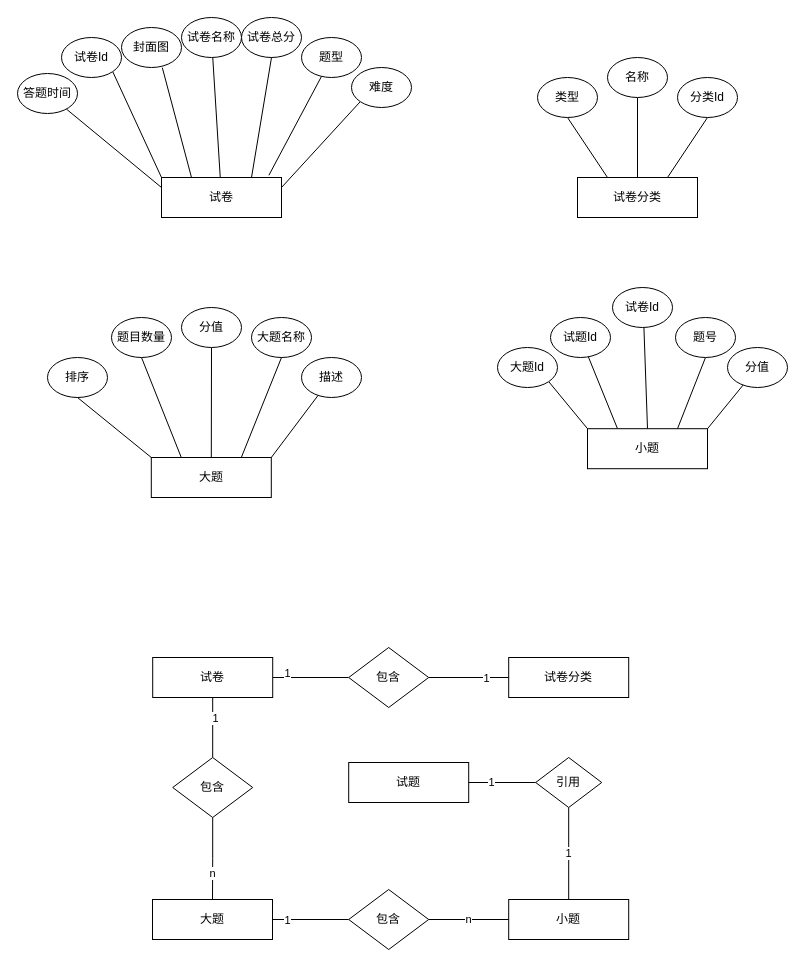
This is page "试卷E-R图" (5 of 34) of 题库E-R.drawio from ChenLiheng/question-project, a draw.io file, before an edit. Source tidied: cells renumbered, new cells numbered last; positions are measured from the earlier drawing's top-left corner, leaving out a move shared by most shapes. Both pictures are drawn from the tidied source at 100%, with x=0, y=0 at pixel (17, 17).
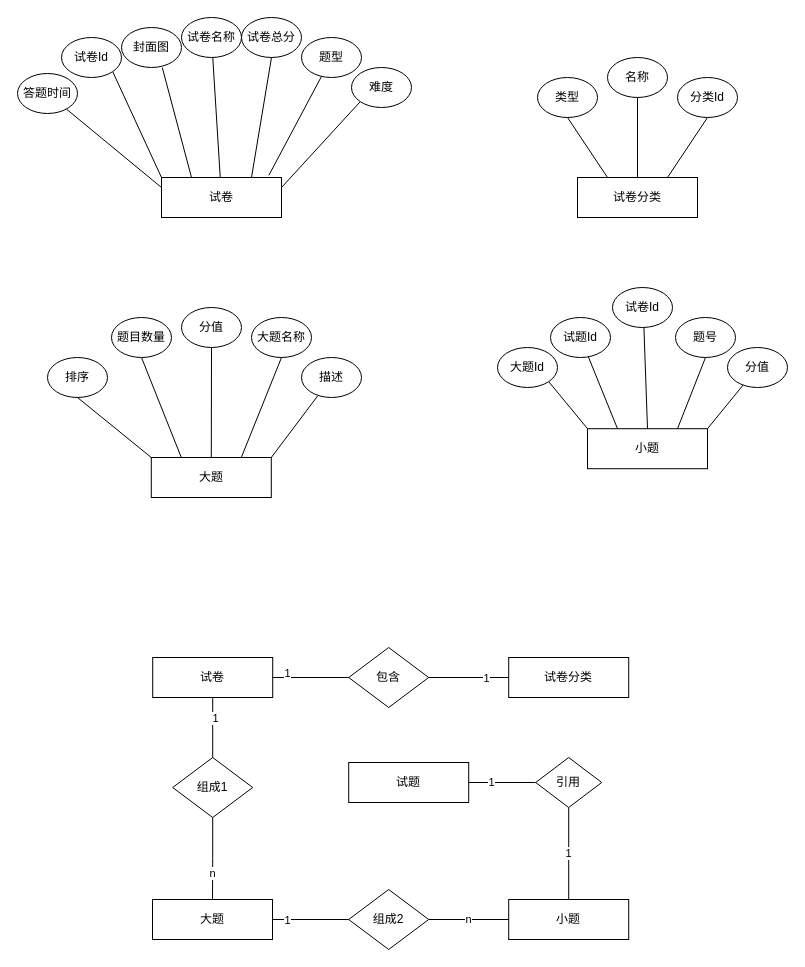
The same page after the edit.

The change refers to these unchanged cells:
```xml
<mxCell id="51" style="group;" parent="1" vertex="1">
  <mxGeometry x="135" y="630" width="476.2" height="302" as="geometry" />
</mxCell>
```

Change to the diagram source:
```diff
@@
-    <mxCell id="68" value="包含" style="rhombus;whiteSpace=wrap;html=1;" parent="51" vertex="1">
+    <mxCell id="68" value="组成2" style="rhombus;whiteSpace=wrap;html=1;" parent="51" vertex="1">
       <mxGeometry x="196.2" y="242" width="80" height="60" as="geometry" />
     </mxCell>
@@
-    <mxCell id="71" value="包含" style="rhombus;whiteSpace=wrap;html=1;" parent="51" vertex="1">
+    <mxCell id="71" value="组成1" style="rhombus;whiteSpace=wrap;html=1;" parent="51" vertex="1">
       <mxGeometry x="20.2" y="110" width="80" height="60" as="geometry" />
     </mxCell>
```
